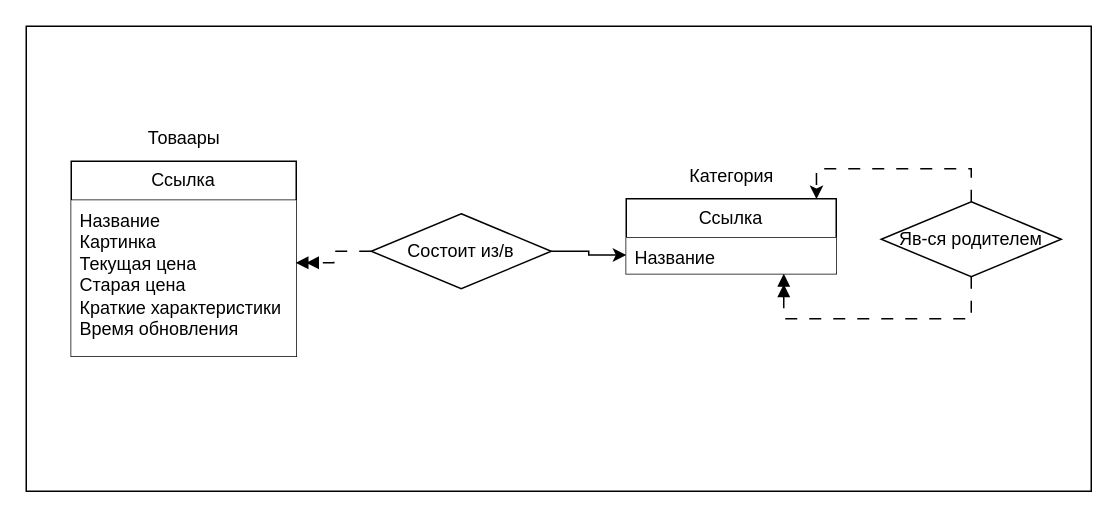
The draw.io diagram Diagrams/Концептуальная модель БД Zeon Parser.drawio in Kuro-D-Shiro/ZeonParser, before the edit. Source tidied: cells renumbered, new cells numbered last; positions are measured from the earlier drawing's top-left corner, leaving out a move shared by most shapes. Both pictures are drawn from the tidied source at 150%, with x=0, y=0 at pixel (26, 26).
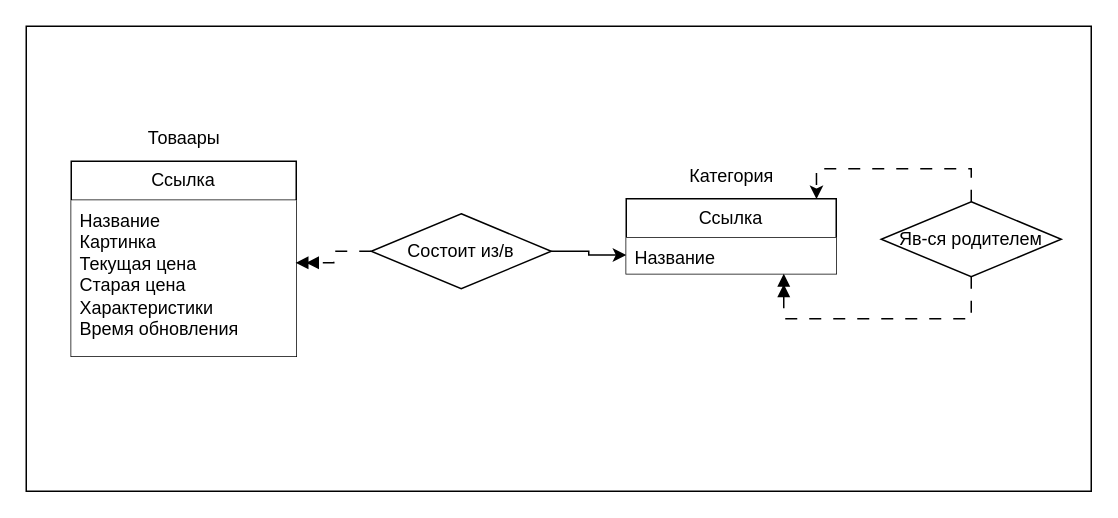
After the change.

What changed in the source:
```diff
@@
 <mxGraphModel>
   <root>
     <mxCell id="0" />
     <mxCell id="1" parent="0" />
     <mxCell id="2" style="rounded=0;whiteSpace=wrap;html=1;" parent="1" vertex="1">
       <mxGeometry width="710" height="310" as="geometry" />
     </mxCell>
     <mxCell id="3" value="Ссылка" style="swimlane;fontStyle=0;horizontal=1;startSize=26;whiteSpace=wrap;html=1;fillColor=default;" parent="1" vertex="1">
       <mxGeometry x="30" y="90" width="150" height="130" as="geometry" />
     </mxCell>
-    <mxCell id="4" value="Название&lt;div&gt;Картинка&lt;/div&gt;&lt;div&gt;Текущая цена&lt;/div&gt;&lt;div&gt;Старая цена&lt;/div&gt;&lt;div&gt;Краткие характеристики&lt;/div&gt;&lt;div&gt;Время обновления&lt;/div&gt;" style="text;align=left;verticalAlign=top;spacingLeft=4;spacingRight=4;overflow=hidden;points=[[0,0.5],[1,0.5]];portConstraint=eastwest;whiteSpace=wrap;html=1;fillColor=default;" parent="3" vertex="1">
+    <mxCell id="4" value="Название&lt;div&gt;Картинка&lt;/div&gt;&lt;div&gt;Текущая цена&lt;/div&gt;&lt;div&gt;Старая цена&lt;/div&gt;&lt;div&gt;&lt;span style=&quot;background-color: transparent; color: light-dark(rgb(0, 0, 0), rgb(255, 255, 255));&quot;&gt;Характеристики&lt;/span&gt;&lt;/div&gt;&lt;div&gt;&lt;span style=&quot;background-color: transparent; color: light-dark(rgb(0, 0, 0), rgb(255, 255, 255));&quot;&gt;Время обновления&lt;/span&gt;&lt;/div&gt;" style="text;align=left;verticalAlign=top;spacingLeft=4;spacingRight=4;overflow=hidden;points=[[0,0.5],[1,0.5]];portConstraint=eastwest;whiteSpace=wrap;html=1;fillColor=default;" parent="3" vertex="1">
       <mxGeometry y="26" width="150" height="104" as="geometry" />
     </mxCell>
     <mxCell id="5" value="Товаары" style="text;html=1;align=center;verticalAlign=middle;strokeColor=none;fillColor=none;" parent="1" vertex="1">
       <mxGeometry x="70" y="60" width="70" height="30" as="geometry" />
     </mxCell>
     <mxCell id="6" value="Ссылка" style="swimlane;fontStyle=0;horizontal=1;startSize=26;whiteSpace=wrap;html=1;" parent="1" vertex="1">
       <mxGeometry x="400" y="115" width="140" height="50" as="geometry" />
     </mxCell>
     <mxCell id="7" value="Название" style="text;align=left;verticalAlign=top;spacingLeft=4;spacingRight=4;overflow=hidden;whiteSpace=wrap;html=1;fillColor=default;" parent="6" vertex="1">
       <mxGeometry y="26" width="140" height="24" as="geometry" />
     </mxCell>
     <mxCell id="8" value="Категория" style="text;html=1;align=center;verticalAlign=middle;strokeColor=none;fillColor=none;" parent="1" vertex="1">
       <mxGeometry x="430" y="85" width="80" height="30" as="geometry" />
     </mxCell>
     <mxCell id="9" style="edgeStyle=orthogonalEdgeStyle;rounded=0;jettySize=auto;html=1;exitX=1;exitY=0.5;exitDx=0;exitDy=0;entryX=0;entryY=0.75;entryDx=0;entryDy=0;endArrow=classic;endFill=1;" parent="1" edge="1" source="10" target="6">
       <mxGeometry relative="1" as="geometry" />
     </mxCell>
     <mxCell id="10" value="Состоит из/в" style="rhombus;whiteSpace=wrap;html=1;" parent="1" vertex="1">
       <mxGeometry x="230" y="125" width="120" height="50" as="geometry" />
     </mxCell>
     <mxCell id="11" style="edgeStyle=orthogonalEdgeStyle;rounded=0;jettySize=auto;html=1;exitX=0;exitY=0.5;exitDx=0;exitDy=0;entryX=0.997;entryY=0.401;entryDx=0;entryDy=0;entryPerimeter=0;endArrow=doubleBlock;endFill=1;dashed=1;dashPattern=8 8;" parent="1" edge="1" source="10" target="4">
       <mxGeometry relative="1" as="geometry" />
     </mxCell>
     <mxCell id="12" style="edgeStyle=orthogonalEdgeStyle;rounded=0;jettySize=auto;html=1;exitX=0.5;exitY=1;exitDx=0;exitDy=0;entryX=0.75;entryY=1;entryDx=0;entryDy=0;endArrow=doubleBlock;endFill=1;dashed=1;dashPattern=8 8;" parent="1" edge="1" source="13" target="6">
       <mxGeometry relative="1" as="geometry">
         <Array as="points">
           <mxPoint x="630" y="195" />
           <mxPoint x="505" y="195" />
         </Array>
       </mxGeometry>
     </mxCell>
     <mxCell id="13" value="Яв-ся родителем" style="rhombus;whiteSpace=wrap;html=1;" parent="1" vertex="1">
       <mxGeometry x="570" y="117" width="120" height="50" as="geometry" />
     </mxCell>
     <mxCell id="14" style="edgeStyle=orthogonalEdgeStyle;rounded=0;jettySize=auto;html=1;exitX=0.5;exitY=0;exitDx=0;exitDy=0;entryX=0.906;entryY=0.004;entryDx=0;entryDy=0;entryPerimeter=0;dashed=1;dashPattern=8 8;" parent="1" edge="1" source="13" target="6">
       <mxGeometry relative="1" as="geometry" />
     </mxCell>
   </root>
 </mxGraphModel>
```
